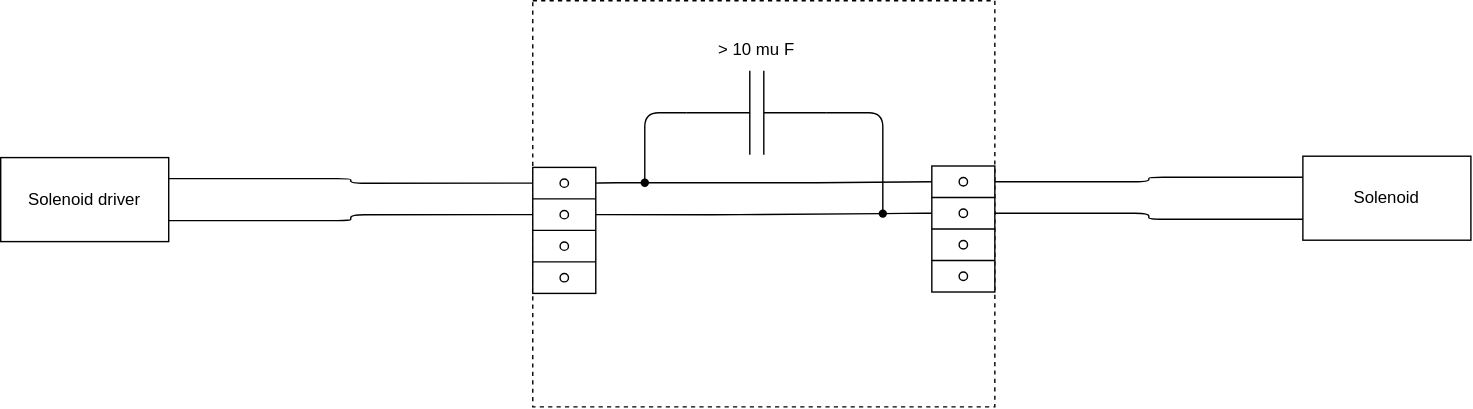
Earlier version of the draw.io export diagrams/electric/components/3A-00000.00.00-solenoid_jb.drawio.svg (sakairi-nobuyuki/Yamamiya_3PM_pjk). Source tidied: cells renumbered, new cells last; positions are measured from the earlier drawing's top-left corner, leaving out a move shared by most shapes.
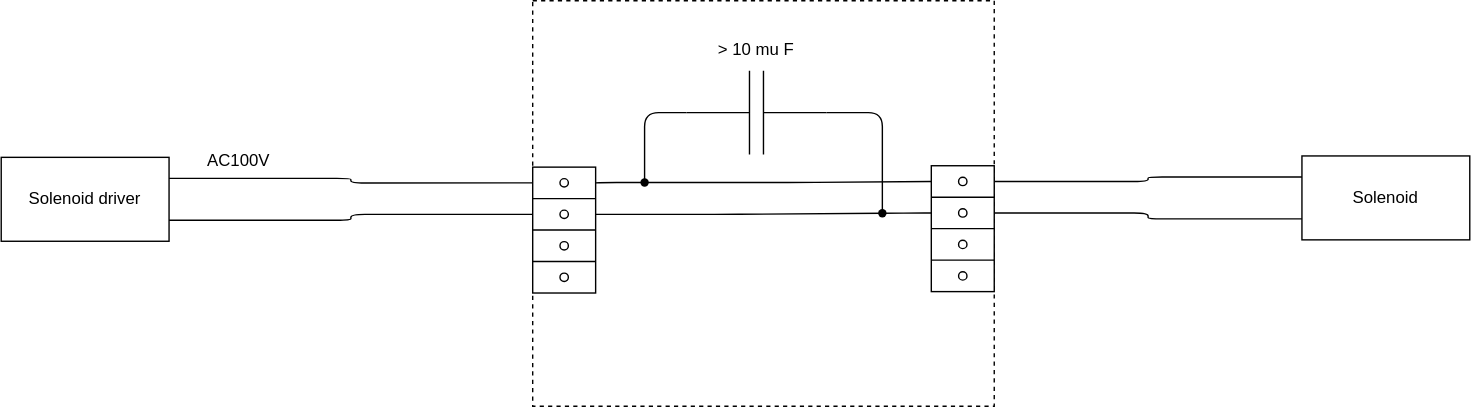
After the commit.

What changed in the source:
```diff
@@ -65,5 +65,8 @@
     <mxCell id="20" value="&amp;gt; 10 mu F" style="text;html=1;strokeColor=none;fillColor=none;align=center;verticalAlign=middle;whiteSpace=wrap;rounded=0;dashed=1;" parent="1" vertex="1">
       <mxGeometry x="510" y="20" width="60" height="30" as="geometry" />
     </mxCell>
+    <mxCell id="21" value="AC100V" style="text;html=1;strokeColor=none;fillColor=none;align=center;verticalAlign=middle;whiteSpace=wrap;rounded=0;dashed=1;" parent="1" vertex="1">
+      <mxGeometry x="140" y="100" width="60" height="30" as="geometry" />
+    </mxCell>
   </root>
 </mxGraphModel>
```
